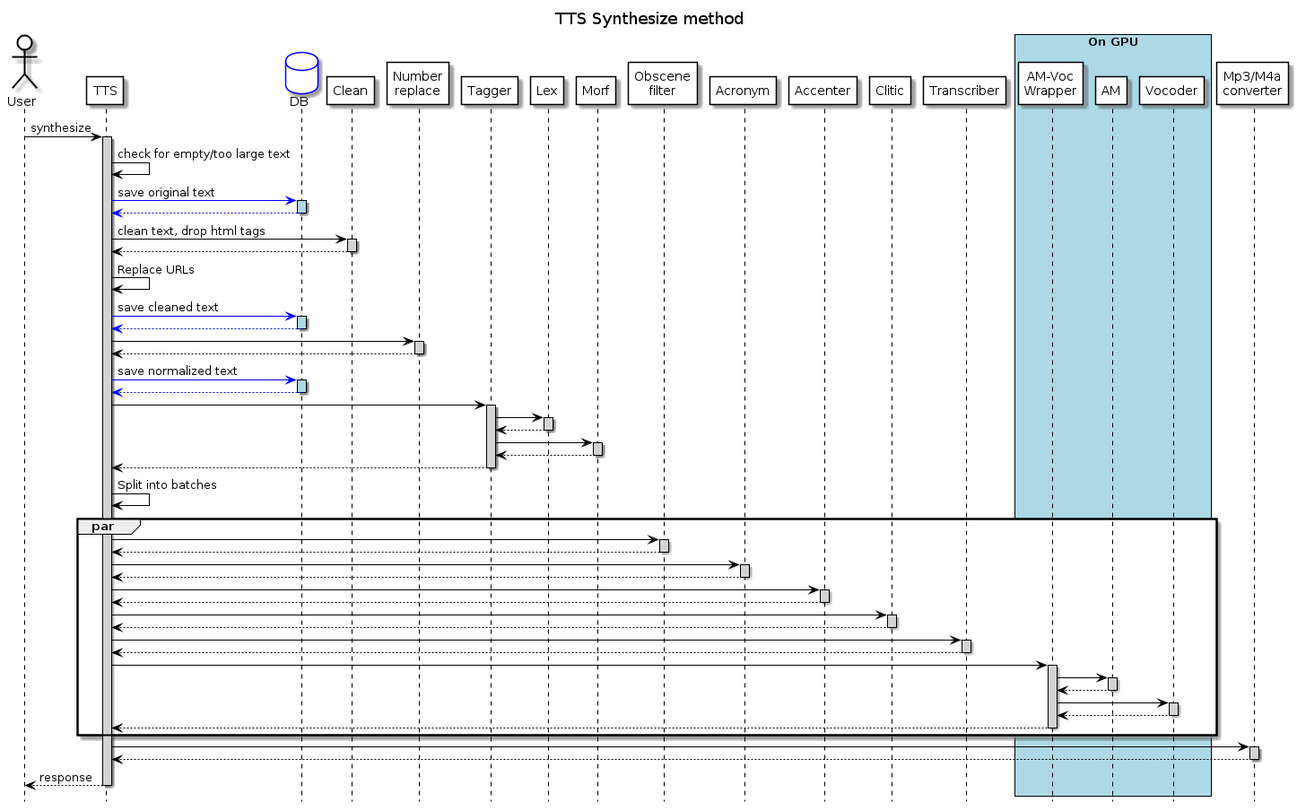
airenas/tts-line keeps this PlantUML diagram as info/tts.png. Above is the earlier version.
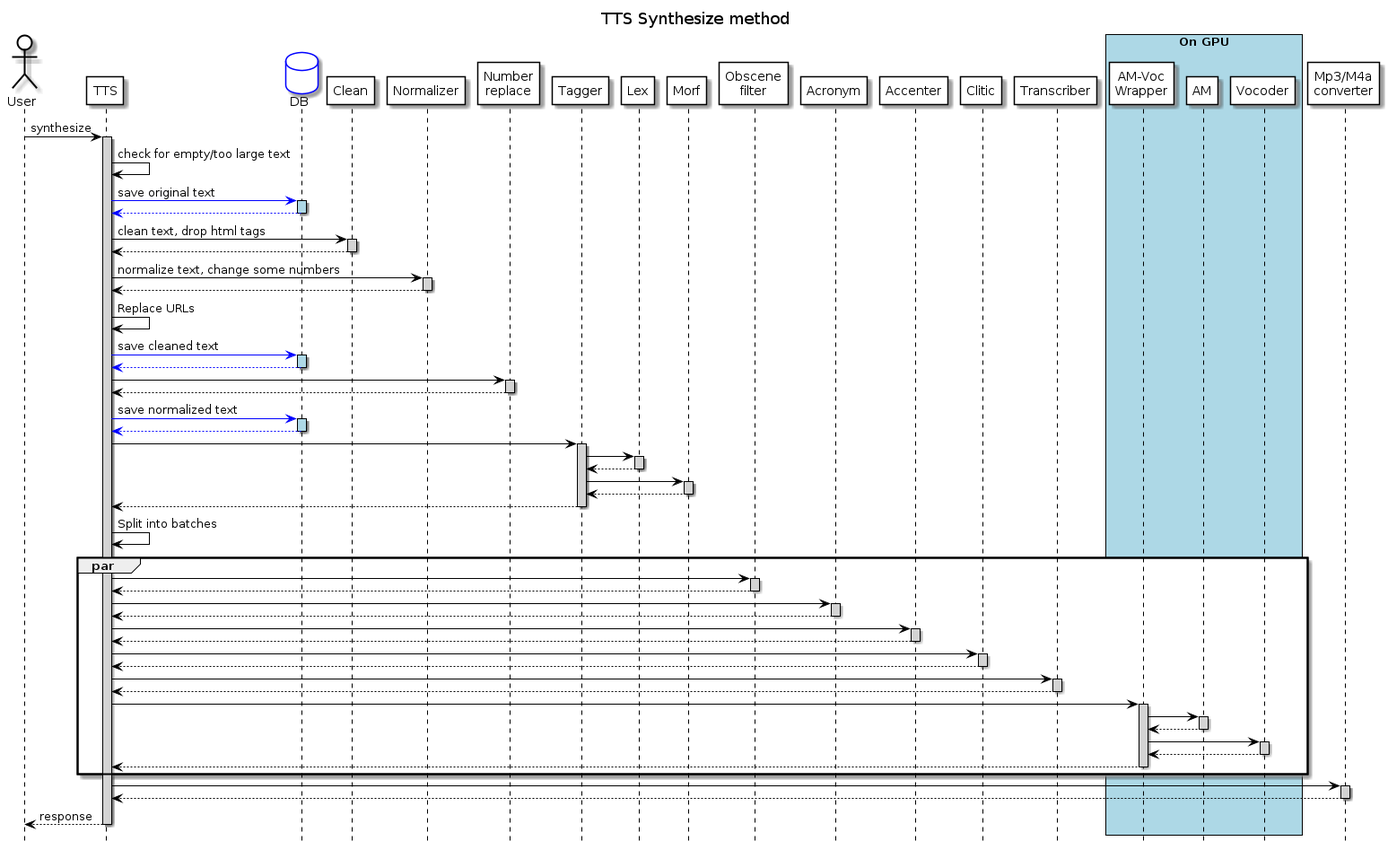
The same diagram one commit later.

Change to the diagram source:
```diff
@@ -24,6 +24,7 @@
 participant "TTS" as tts
 database "DB" as DB
 participant "Clean" as Clean
+participant "Normalizer" as Normalizer
 participant "Number\nreplace" as num
 participant "Tagger" as tagger
 participant "Lex" as lex
@@ -55,6 +56,11 @@
 activate Clean
 Clean --> tts:
 deactivate Clean
+
+tts -> Normalizer: normalize text, change some numbers
+activate Normalizer
+Normalizer --> tts:
+deactivate Normalizer
 
 tts -> tts: Replace URLs
 
```
